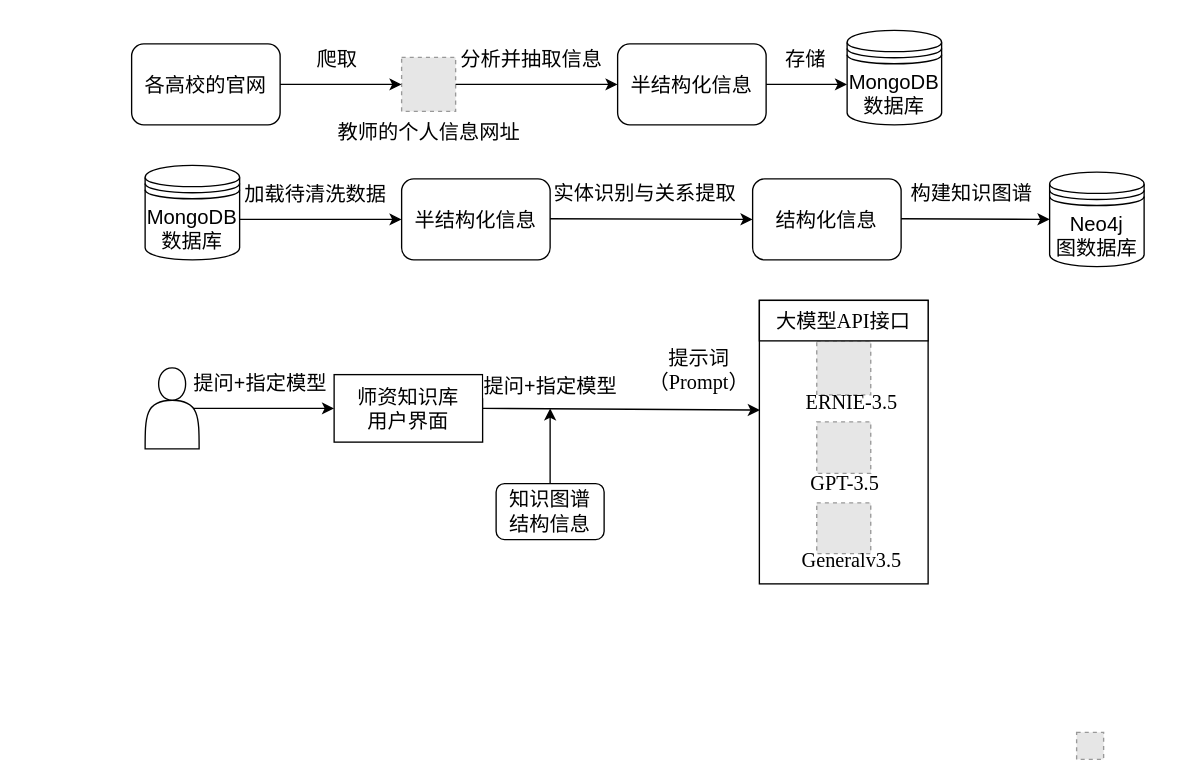
sjgcsf/software_engineering keeps this draw.io diagram as 图2-1系统架构图.drawio. Above is the earlier version. Source tidied: cells renumbered, new cells numbered last; positions are measured from the earlier drawing's top-left corner, leaving out a move shared by most shapes. Both pictures are drawn from the tidied source at 135%, with x=0, y=0 at pixel (131, 30). Pictures stored in the file or linked from it are replaced by grey dashed boxes.
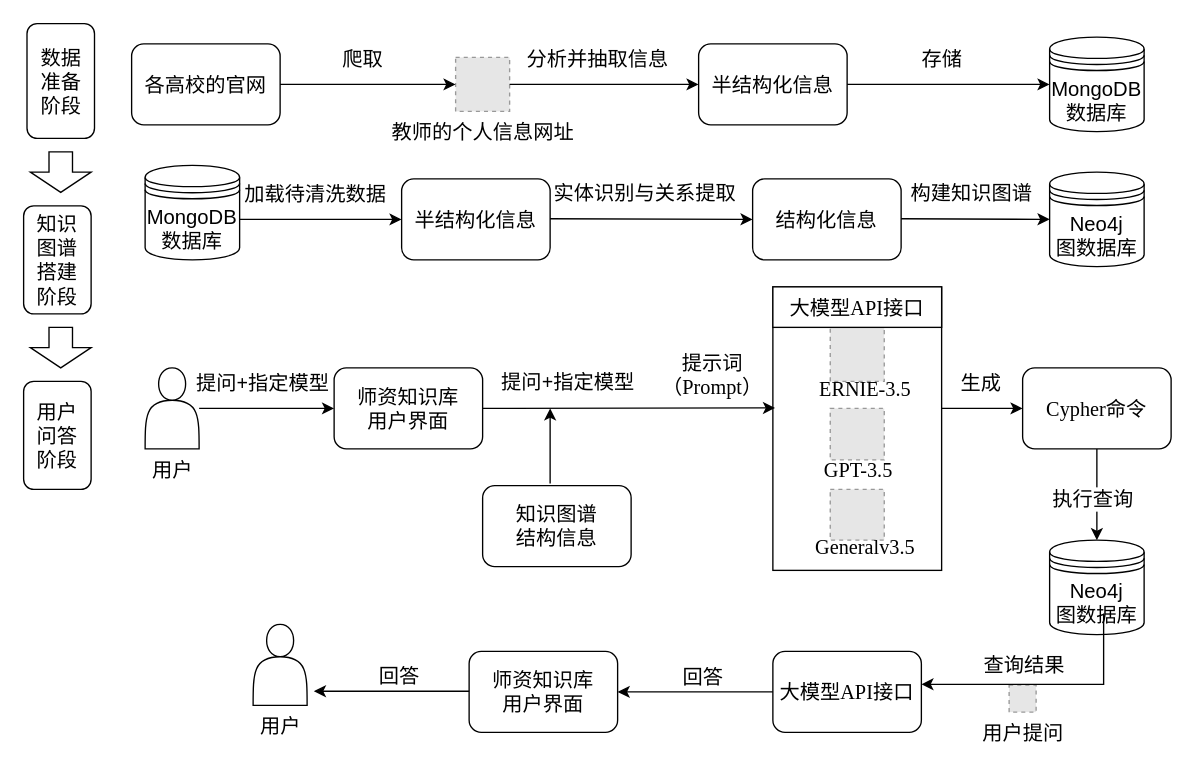
After the change.

Commit message (it also covers changes not shown here):
更新图2-1系统架构图.drawio

Unchanged cells that the change refers to:
```xml
<mxCell id="24" style="shape=actor;whiteSpace=wrap;html=1;" parent="1" vertex="1">
  <mxGeometry x="10" y="250" width="40" height="60" as="geometry" />
</mxCell>
```

The edit, as a diff of the source:
```diff
@@
     <mxCell id="2" style="rounded=0;whiteSpace=wrap;html=1;" parent="1" vertex="1">
-      <mxGeometry x="465" y="200" width="125" height="210" as="geometry" />
+      <mxGeometry x="475" y="190" width="125" height="210" as="geometry" />
     </mxCell>
     <mxCell id="3" style="fillColor=#E6E6E6;strokeColor=#999999;dashed=1;verticalLabelPosition=bottom;verticalAlign=top;" parent="1" vertex="1">
-      <mxGeometry x="200" y="20" width="40" height="40" as="geometry" />
+      <mxGeometry x="240" y="20" width="40" height="40" as="geometry" />
     </mxCell>
@@
     <mxCell id="7" value="&lt;font style=&quot;font-size: 15px;&quot; face=&quot;Times New Roman&quot;&gt;教师的个人信息网址&lt;/font&gt;" style="text;html=1;align=center;verticalAlign=middle;strokeColor=none;fillColor=none;" parent="1" vertex="1">
-      <mxGeometry x="140" y="60" width="160" height="30" as="geometry" />
+      <mxGeometry x="180" y="60" width="160" height="30" as="geometry" />
     </mxCell>
-    <mxCell id="8" style="endArrow=classic;html=1;rounded=0;exitX=1;exitY=0.5;exitDx=0;exitDy=0;fontSize=45;fontFamily=Times New Roman;" parent="1" edge="1" source="3">
-      <mxGeometry relative="1" as="geometry">
-        <mxPoint x="360" y="40" as="targetPoint" />
-      </mxGeometry>
+    <mxCell id="8" style="endArrow=classic;html=1;rounded=0;exitX=1;exitY=0.5;exitDx=0;exitDy=0;fontSize=45;fontFamily=Times New Roman;entryX=0;entryY=0.5;entryDx=0;entryDy=0;" parent="1" edge="1" source="3" target="10">
+      <mxGeometry relative="1" as="geometry" />
     </mxCell>
@@
     <mxCell id="10" value="&lt;font face=&quot;Times New Roman&quot;&gt;&lt;span style=&quot;font-size: 15px;&quot;&gt;半结构化信息&lt;/span&gt;&lt;/font&gt;" style="rounded=1;whiteSpace=wrap;html=1;" parent="1" vertex="1">
-      <mxGeometry x="360" y="10" width="110" height="60" as="geometry" />
+      <mxGeometry x="420" y="10" width="110" height="60" as="geometry" />
     </mxCell>
-    <mxCell id="11" style="endArrow=classic;html=1;rounded=0;exitX=1;exitY=0.5;exitDx=0;exitDy=0;fontSize=45;fontFamily=Times New Roman;" parent="1" edge="1" source="10">
-      <mxGeometry relative="1" as="geometry">
-        <mxPoint x="530" y="40" as="targetPoint" />
-      </mxGeometry>
+    <mxCell id="11" style="endArrow=classic;html=1;rounded=0;exitX=1;exitY=0.5;exitDx=0;exitDy=0;fontSize=45;fontFamily=Times New Roman;entryX=0;entryY=0.5;entryDx=0;entryDy=0;" parent="1" edge="1" source="10" target="13">
+      <mxGeometry relative="1" as="geometry" />
     </mxCell>
@@
     <mxCell id="13" value="&lt;font style=&quot;font-size: 15px;&quot;&gt;MongoDB数据库&lt;/font&gt;" style="shape=datastore;whiteSpace=wrap;html=1;" parent="1" vertex="1">
-      <mxGeometry x="530" width="70" height="70" as="geometry" />
+      <mxGeometry x="680" y="5" width="70" height="70" as="geometry" />
     </mxCell>
@@
-    <mxCell id="25" style="endArrow=classic;html=1;rounded=0;exitX=0.9;exitY=0.5;exitDx=0;exitDy=0;fontSize=45;fontFamily=Times New Roman;exitPerimeter=0;entryX=0;entryY=0.5;entryDx=0;entryDy=0;" parent="1" edge="1" source="24" target="27">
-      <mxGeometry relative="1" as="geometry" />
+    <mxCell id="25" style="endArrow=classic;html=1;rounded=0;fontSize=45;fontFamily=Times New Roman;entryX=0;entryY=0.5;entryDx=0;entryDy=0;" parent="1" edge="1">
+      <mxGeometry relative="1" as="geometry">
+        <mxPoint x="50" y="280" as="sourcePoint" />
+        <mxPoint x="150" y="280" as="targetPoint" />
+      </mxGeometry>
     </mxCell>
@@
-    <mxCell id="27" value="&lt;font style=&quot;font-size: 15px;&quot; face=&quot;Times New Roman&quot;&gt;师资知识库&lt;/font&gt;&lt;div style=&quot;font-size: 15px;&quot;&gt;&lt;font style=&quot;font-size: 15px;&quot; face=&quot;QShR_mXcAmbiQ9spp6os&quot;&gt;用户界面&lt;/font&gt;&lt;/div&gt;" style="html=1;whiteSpace=wrap;" parent="1" vertex="1">
-      <mxGeometry x="150" y="255" width="110" height="50" as="geometry" />
-    </mxCell>
     <mxCell id="28" style="fillColor=#E6E6E6;strokeColor=#999999;dashed=1;verticalLabelPosition=bottom;verticalAlign=top;" parent="1" vertex="1">
-      <mxGeometry x="507.5" y="230" width="40" height="40" as="geometry" />
+      <mxGeometry x="517.5" y="220" width="40" height="40" as="geometry" />
     </mxCell>
     <mxCell id="29" style="fillColor=#E6E6E6;strokeColor=#999999;dashed=1;verticalLabelPosition=bottom;verticalAlign=top;" parent="1" vertex="1">
-      <mxGeometry x="507.5" y="350" width="40" height="37.6" as="geometry" />
+      <mxGeometry x="517.5" y="340" width="40" height="37.6" as="geometry" />
     </mxCell>
     <mxCell id="30" style="fillColor=#E6E6E6;strokeColor=#999999;dashed=1;verticalLabelPosition=bottom;verticalAlign=top;" parent="1" vertex="1">
-      <mxGeometry x="507.5" y="290" width="40" height="38.1" as="geometry" />
+      <mxGeometry x="517.5" y="280" width="40" height="38.1" as="geometry" />
     </mxCell>
     <mxCell id="31" value="&lt;font face=&quot;Times New Roman&quot;&gt;&lt;span style=&quot;font-size: 15px;&quot;&gt;GPT-3.5&amp;nbsp;&lt;/span&gt;&lt;/font&gt;" style="text;html=1;align=center;verticalAlign=middle;strokeColor=none;fillColor=none;" parent="1" vertex="1">
-      <mxGeometry x="490" y="320" width="80" height="30" as="geometry" />
+      <mxGeometry x="500" y="310" width="80" height="30" as="geometry" />
     </mxCell>
     <mxCell id="32" value="&lt;font face=&quot;Times New Roman&quot;&gt;&lt;span style=&quot;font-size: 15px;&quot;&gt;ERNIE-3.5&amp;nbsp;&lt;/span&gt;&lt;/font&gt;" style="text;html=1;align=center;verticalAlign=middle;strokeColor=none;fillColor=none;" parent="1" vertex="1">
-      <mxGeometry x="485" y="260" width="100" height="30" as="geometry" />
+      <mxGeometry x="495" y="250" width="100" height="30" as="geometry" />
     </mxCell>
     <mxCell id="33" value="&lt;font face=&quot;Times New Roman&quot;&gt;&lt;span style=&quot;font-size: 15px;&quot;&gt;Generalv3.5&amp;nbsp;&lt;/span&gt;&lt;/font&gt;" style="text;html=1;align=center;verticalAlign=middle;strokeColor=none;fillColor=none;" parent="1" vertex="1">
-      <mxGeometry x="485" y="377.2" width="100" height="30" as="geometry" />
+      <mxGeometry x="495" y="367.2" width="100" height="30" as="geometry" />
     </mxCell>
     <mxCell id="34" value="&lt;font style=&quot;font-size: 15px;&quot; face=&quot;Times New Roman&quot;&gt;大模型API接口&lt;/font&gt;" style="rounded=0;whiteSpace=wrap;html=1;" parent="1" vertex="1">
-      <mxGeometry x="465" y="200" width="125" height="30" as="geometry" />
+      <mxGeometry x="475" y="190" width="125" height="30" as="geometry" />
     </mxCell>
-    <mxCell id="35" style="endArrow=classic;html=1;rounded=0;exitX=1;exitY=0.5;exitDx=0;exitDy=0;fontSize=45;fontFamily=Times New Roman;entryX=0.003;entryY=0.387;entryDx=0;entryDy=0;entryPerimeter=0;" parent="1" edge="1" source="27" target="2">
-      <mxGeometry relative="1" as="geometry" />
+    <mxCell id="35" style="endArrow=classic;html=1;rounded=0;exitX=1;exitY=0.5;exitDx=0;exitDy=0;fontSize=45;fontFamily=Times New Roman;entryX=0.013;entryY=0.427;entryDx=0;entryDy=0;entryPerimeter=0;" parent="1" edge="1" target="2">
+      <mxGeometry relative="1" as="geometry">
+        <mxPoint x="260" y="280" as="sourcePoint" />
+      </mxGeometry>
     </mxCell>
     <mxCell id="36" value="&lt;font face=&quot;Times New Roman&quot;&gt;&lt;span style=&quot;font-size: 15px;&quot;&gt;提问&lt;b&gt;+&lt;/b&gt;指定模型&lt;/span&gt;&lt;/font&gt;" style="edgeLabel;html=1;align=center;verticalAlign=middle;" parent="35" vertex="1">
       <mxGeometry x="-0.08" y="4" relative="1" as="geometry">
-        <mxPoint x="-45" y="-14" as="offset" />
+        <mxPoint x="-37" y="-16" as="offset" />
       </mxGeometry>
     </mxCell>
     <mxCell id="37" style="fillColor=#E6E6E6;strokeColor=#999999;dashed=1;verticalLabelPosition=bottom;verticalAlign=top;" parent="1" vertex="1">
-      <mxGeometry x="700" y="520" width="20" height="20" as="geometry" />
+      <mxGeometry x="650" y="485" width="20" height="20" as="geometry" />
     </mxCell>
-    <mxCell id="38" value="&lt;span style=&quot;font-family: &amp;quot;Times New Roman&amp;quot;; font-size: 15px; text-wrap: nowrap;&quot;&gt;知识图谱&lt;/span&gt;&lt;div&gt;&lt;span style=&quot;font-family: &amp;quot;Times New Roman&amp;quot;; font-size: 15px; text-wrap: nowrap;&quot;&gt;结构信息&lt;/span&gt;&lt;/div&gt;" style="rounded=1;whiteSpace=wrap;html=1;" parent="1" vertex="1">
-      <mxGeometry x="270" y="335.7" width="80" height="41.5" as="geometry" />
-    </mxCell>
-    <mxCell id="39" style="endArrow=classic;html=1;rounded=0;exitX=0.5;exitY=0;exitDx=0;exitDy=0;" parent="1" edge="1" source="38">
+    <mxCell id="39" style="endArrow=classic;html=1;rounded=0;exitX=0.5;exitY=0;exitDx=0;exitDy=0;" parent="1" edge="1">
       <mxGeometry relative="1" as="geometry">
+        <mxPoint x="310" y="335.7" as="sourcePoint" />
         <mxPoint x="310" y="280" as="targetPoint" />
       </mxGeometry>
     </mxCell>
     <mxCell id="40" value="&lt;font face=&quot;Times New Roman&quot;&gt;&lt;span style=&quot;font-size: 15px;&quot;&gt;提示词&lt;/span&gt;&lt;/font&gt;&lt;div&gt;&lt;font face=&quot;Times New Roman&quot;&gt;&lt;span style=&quot;font-size: 15px;&quot;&gt;（Prompt）&lt;/span&gt;&lt;/font&gt;&lt;/div&gt;" style="text;html=1;align=center;verticalAlign=middle;strokeColor=none;fillColor=none;" parent="1" vertex="1">
-      <mxGeometry x="370" y="225.9" width="100" height="50" as="geometry" />
+      <mxGeometry x="380" y="230" width="100" height="50" as="geometry" />
     </mxCell>
+    <mxCell id="41" value="&lt;font style=&quot;font-size: 15px;&quot; face=&quot;Times New Roman&quot;&gt;师资知识库&lt;/font&gt;&lt;div style=&quot;font-size: 15px;&quot;&gt;&lt;font face=&quot;QShR_mXcAmbiQ9spp6os&quot;&gt;用户界面&lt;/font&gt;&lt;/div&gt;" style="rounded=1;whiteSpace=wrap;html=1;" parent="1" vertex="1">
+      <mxGeometry x="150" y="250" width="110" height="60" as="geometry" />
+    </mxCell>
+    <mxCell id="42" value="&lt;font face=&quot;Times New Roman&quot;&gt;&lt;span style=&quot;font-size: 15px;&quot;&gt;Cypher命令&lt;/span&gt;&lt;/font&gt;" style="rounded=1;whiteSpace=wrap;html=1;" parent="1" vertex="1">
+      <mxGeometry x="660" y="250" width="110" height="60" as="geometry" />
+    </mxCell>
+    <mxCell id="43" style="endArrow=classic;html=1;rounded=0;fontSize=45;fontFamily=Times New Roman;entryX=0;entryY=0.5;entryDx=0;entryDy=0;" parent="1" edge="1" target="42">
+      <mxGeometry relative="1" as="geometry">
+        <mxPoint x="600" y="280" as="sourcePoint" />
+      </mxGeometry>
+    </mxCell>
+    <mxCell id="44" value="&lt;font face=&quot;Times New Roman&quot;&gt;&lt;span style=&quot;font-size: 15px;&quot;&gt;生成&lt;/span&gt;&lt;/font&gt;" style="edgeLabel;html=1;align=center;verticalAlign=middle;" parent="43" vertex="1">
+      <mxGeometry x="-0.08" y="4" relative="1" as="geometry">
+        <mxPoint y="-16" as="offset" />
+      </mxGeometry>
+    </mxCell>
+    <mxCell id="38" value="&lt;span style=&quot;text-wrap: nowrap; font-family: &amp;quot;Times New Roman&amp;quot;; font-size: 15px;&quot;&gt;知识图谱&lt;/span&gt;&lt;div&gt;&lt;span style=&quot;font-family: &amp;quot;Times New Roman&amp;quot;; font-size: 15px; text-wrap: nowrap;&quot;&gt;结构信息&lt;/span&gt;&lt;/div&gt;" style="rounded=1;whiteSpace=wrap;html=1;" parent="1" vertex="1">
+      <mxGeometry x="260" y="337.2" width="110" height="60" as="geometry" />
+    </mxCell>
+    <mxCell id="45" style="endArrow=classic;html=1;rounded=0;entryX=0.5;entryY=0;entryDx=0;entryDy=0;" parent="1" edge="1" target="48">
+      <mxGeometry relative="1" as="geometry">
+        <mxPoint x="715" y="310" as="sourcePoint" />
+      </mxGeometry>
+    </mxCell>
+    <mxCell id="46" value="&lt;font style=&quot;font-size: 15px;&quot; face=&quot;Times New Roman&quot;&gt;执行查询&lt;/font&gt;" style="edgeLabel;html=1;align=center;verticalAlign=middle;" parent="45" vertex="1">
+      <mxGeometry x="0.07" y="-2" relative="1" as="geometry">
+        <mxPoint x="-2" as="offset" />
+      </mxGeometry>
+    </mxCell>
+    <mxCell id="47" value="&lt;font face=&quot;Times New Roman&quot;&gt;&lt;span style=&quot;font-size: 15px;&quot;&gt;大模型API接口&lt;/span&gt;&lt;/font&gt;" style="rounded=1;whiteSpace=wrap;html=1;" parent="1" vertex="1">
+      <mxGeometry x="475" y="460" width="110" height="60" as="geometry" />
+    </mxCell>
+    <mxCell id="48" value="&lt;font style=&quot;font-size: 15px;&quot;&gt;Neo4j&lt;/font&gt;&lt;div&gt;&lt;font style=&quot;font-size: 15px;&quot;&gt;图数据库&lt;/font&gt;&lt;/div&gt;" style="shape=datastore;whiteSpace=wrap;html=1;" parent="1" vertex="1">
+      <mxGeometry x="680" y="377.6" width="70" height="70" as="geometry" />
+    </mxCell>
+    <mxCell id="49" style="endArrow=classic;html=1;rounded=0;exitX=0.5;exitY=1;exitDx=0;exitDy=0;" parent="1" edge="1">
+      <mxGeometry relative="1" as="geometry">
+        <mxPoint x="720" y="432" as="sourcePoint" />
+        <mxPoint x="585" y="484.4" as="targetPoint" />
+        <Array as="points">
+          <mxPoint x="720" y="484.4" />
+        </Array>
+      </mxGeometry>
+    </mxCell>
+    <mxCell id="50" value="&lt;font style=&quot;font-size: 15px;&quot; face=&quot;Times New Roman&quot;&gt;查询结果&lt;/font&gt;" style="edgeLabel;html=1;align=center;verticalAlign=middle;" parent="49" vertex="1">
+      <mxGeometry x="0.07" y="-2" relative="1" as="geometry">
+        <mxPoint x="-12" y="-13" as="offset" />
+      </mxGeometry>
+    </mxCell>
+    <mxCell id="51" value="&lt;font face=&quot;Times New Roman&quot;&gt;&lt;span style=&quot;font-size: 15px;&quot;&gt;用户提问&lt;/span&gt;&lt;/font&gt;" style="text;html=1;align=center;verticalAlign=middle;strokeColor=none;fillColor=none;" parent="1" vertex="1">
+      <mxGeometry x="620" y="505" width="80" height="30" as="geometry" />
+    </mxCell>
+    <mxCell id="52" style="endArrow=classic;html=1;rounded=0;fontSize=45;fontFamily=Times New Roman;exitX=0;exitY=0.5;exitDx=0;exitDy=0;" parent="1" edge="1" source="47">
+      <mxGeometry relative="1" as="geometry">
+        <mxPoint x="360" y="490" as="targetPoint" />
+      </mxGeometry>
+    </mxCell>
+    <mxCell id="53" value="&lt;font face=&quot;Times New Roman&quot;&gt;&lt;span style=&quot;font-size: 15px;&quot;&gt;回答&lt;/span&gt;&lt;/font&gt;" style="edgeLabel;html=1;align=center;verticalAlign=middle;" parent="52" vertex="1">
+      <mxGeometry x="-0.08" y="4" relative="1" as="geometry">
+        <mxPoint y="-16" as="offset" />
+      </mxGeometry>
+    </mxCell>
+    <mxCell id="54" style="shape=actor;whiteSpace=wrap;html=1;" parent="1" vertex="1">
+      <mxGeometry x="90" y="440" width="40" height="60" as="geometry" />
+    </mxCell>
+    <mxCell id="55" value="&lt;font style=&quot;font-size: 15px;&quot; face=&quot;Times New Roman&quot;&gt;师资知识库&lt;/font&gt;&lt;div style=&quot;font-size: 15px;&quot;&gt;&lt;font face=&quot;QShR_mXcAmbiQ9spp6os&quot;&gt;用户界面&lt;/font&gt;&lt;/div&gt;" style="rounded=1;whiteSpace=wrap;html=1;" parent="1" vertex="1">
+      <mxGeometry x="250" y="460" width="110" height="60" as="geometry" />
+    </mxCell>
+    <mxCell id="56" style="endArrow=classic;html=1;rounded=0;fontSize=45;fontFamily=Times New Roman;exitX=0;exitY=0.5;exitDx=0;exitDy=0;" parent="1" edge="1">
+      <mxGeometry relative="1" as="geometry">
+        <mxPoint x="250" y="489.5" as="sourcePoint" />
+        <mxPoint x="135" y="489.5" as="targetPoint" />
+      </mxGeometry>
+    </mxCell>
+    <mxCell id="57" value="&lt;font face=&quot;Times New Roman&quot;&gt;&lt;span style=&quot;font-size: 15px;&quot;&gt;回答&lt;/span&gt;&lt;/font&gt;" style="edgeLabel;html=1;align=center;verticalAlign=middle;" parent="56" vertex="1">
+      <mxGeometry x="-0.08" y="4" relative="1" as="geometry">
+        <mxPoint y="-16" as="offset" />
+      </mxGeometry>
+    </mxCell>
+    <mxCell id="58" value="&lt;font face=&quot;Times New Roman&quot;&gt;&lt;span style=&quot;font-size: 15px;&quot;&gt;用户&lt;/span&gt;&lt;/font&gt;" style="text;html=1;align=center;verticalAlign=middle;strokeColor=none;fillColor=none;" parent="1" vertex="1">
+      <mxGeometry x="5" y="310" width="50" height="30" as="geometry" />
+    </mxCell>
+    <mxCell id="59" value="&lt;font face=&quot;Times New Roman&quot;&gt;&lt;span style=&quot;font-size: 15px;&quot;&gt;用户&lt;/span&gt;&lt;/font&gt;" style="text;html=1;align=center;verticalAlign=middle;strokeColor=none;fillColor=none;" parent="1" vertex="1">
+      <mxGeometry x="85" y="500" width="50" height="30" as="geometry" />
+    </mxCell>
+    <mxCell id="60" value="&lt;font style=&quot;font-size: 15px;&quot; face=&quot;Times New Roman&quot;&gt;数据&lt;/font&gt;&lt;div&gt;&lt;font style=&quot;font-size: 15px;&quot; face=&quot;Times New Roman&quot;&gt;准备&lt;/font&gt;&lt;/div&gt;&lt;div&gt;&lt;font style=&quot;font-size: 15px;&quot; face=&quot;Times New Roman&quot;&gt;阶段&lt;/font&gt;&lt;/div&gt;" style="rounded=1;whiteSpace=wrap;html=1;" parent="1" vertex="1">
+      <mxGeometry x="-77.5" y="-5" width="50" height="85" as="geometry" />
+    </mxCell>
+    <mxCell id="61" style="shape=singleArrow;direction=south;whiteSpace=wrap;html=1;arrowWidth=0.38666856553819445;arrowSize=0.4999992370605469;" parent="1" vertex="1">
+      <mxGeometry x="-75" y="90" width="45" height="30" as="geometry" />
+    </mxCell>
+    <mxCell id="62" value="&lt;font face=&quot;Times New Roman&quot;&gt;&lt;span style=&quot;font-size: 15px;&quot;&gt;知识&lt;/span&gt;&lt;/font&gt;&lt;div&gt;&lt;font face=&quot;Times New Roman&quot;&gt;&lt;span style=&quot;font-size: 15px;&quot;&gt;图谱&lt;/span&gt;&lt;/font&gt;&lt;/div&gt;&lt;div&gt;&lt;font face=&quot;Times New Roman&quot;&gt;&lt;span style=&quot;font-size: 15px;&quot;&gt;搭建&lt;/span&gt;&lt;/font&gt;&lt;/div&gt;&lt;div&gt;&lt;font face=&quot;Times New Roman&quot;&gt;&lt;span style=&quot;font-size: 15px;&quot;&gt;阶段&lt;/span&gt;&lt;/font&gt;&lt;/div&gt;" style="rounded=1;whiteSpace=wrap;html=1;" parent="1" vertex="1">
+      <mxGeometry x="-80" y="130" width="50" height="80" as="geometry" />
+    </mxCell>
+    <mxCell id="63" style="shape=singleArrow;direction=south;whiteSpace=wrap;html=1;arrowWidth=0.38666856553819445;arrowSize=0.4999992370605469;" parent="1" vertex="1">
+      <mxGeometry x="-75" y="220" width="45" height="30" as="geometry" />
+    </mxCell>
+    <mxCell id="64" value="&lt;font face=&quot;Times New Roman&quot;&gt;&lt;span style=&quot;font-size: 15px;&quot;&gt;用户&lt;/span&gt;&lt;/font&gt;&lt;div&gt;&lt;font face=&quot;Times New Roman&quot;&gt;&lt;span style=&quot;font-size: 15px;&quot;&gt;问答&lt;/span&gt;&lt;/font&gt;&lt;br&gt;&lt;div&gt;&lt;font face=&quot;Times New Roman&quot;&gt;&lt;span style=&quot;font-size: 15px;&quot;&gt;阶段&lt;/span&gt;&lt;/font&gt;&lt;/div&gt;&lt;/div&gt;" style="rounded=1;whiteSpace=wrap;html=1;" parent="1" vertex="1">
+      <mxGeometry x="-80" y="260" width="50" height="80" as="geometry" />
+    </mxCell>
```
